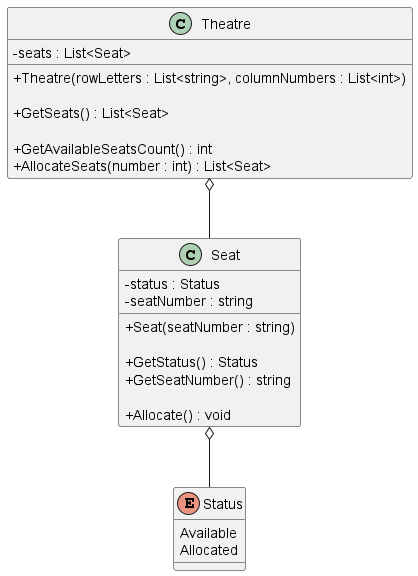
This is diagrams/cinnamon cinemas.png from iamfranco/CinnamonCinemasChallenge, a PlantUML export, as it was before one commit.
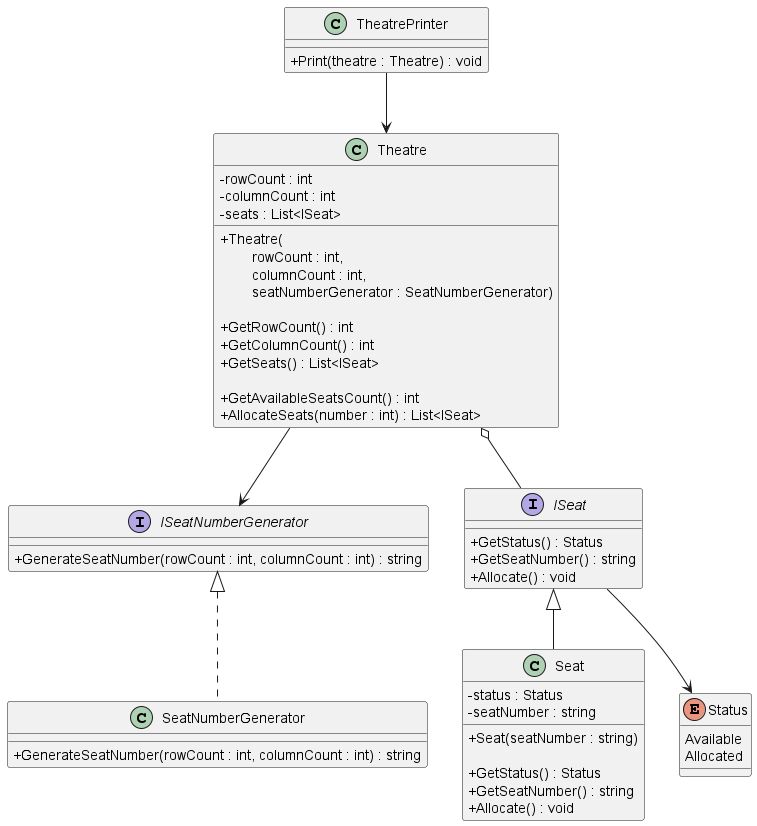
After the change.

Commit message:
UML: add TheatrePrinter, SeatNumberGenerator classes with interfaces

Diff of the diagram source:
```diff
@@ -1,15 +1,37 @@
 @startuml "cinnamon cinemas"
 skinparam ClassAttributeIconSize 0
 
+class TheatrePrinter {
+    + Print(theatre : Theatre) : void
+}
+
+interface ISeatNumberGenerator {
+    + GenerateSeatNumber(rowCount : int, columnCount : int) : string
+}
+
+class SeatNumberGenerator {
+    + GenerateSeatNumber(rowCount : int, columnCount : int) : string
+}
+
 class Theatre {
-    - seats : List<Seat>
+    - rowCount : int
+    - columnCount : int
+    - seats : List<ISeat>
 
-    + Theatre(rowLetters : List<string>, columnNumbers : List<int>)
+    + Theatre(\n        rowCount : int, \n        columnCount : int, \n        seatNumberGenerator : SeatNumberGenerator)
 
-    + GetSeats() : List<Seat>
+    + GetRowCount() : int
+    + GetColumnCount() : int
+    + GetSeats() : List<ISeat>
 
     + GetAvailableSeatsCount() : int
-    + AllocateSeats(number : int) : List<Seat>
+    + AllocateSeats(number : int) : List<ISeat>
+}
+
+interface ISeat {
+    + GetStatus() : Status
+    + GetSeatNumber() : string
+    + Allocate() : void
 }
 
 class Seat {
@@ -20,7 +42,6 @@
 
     + GetStatus() : Status
     + GetSeatNumber() : string
-
     + Allocate() : void
 }
 
@@ -29,7 +50,14 @@
     Allocated
 }
 
-Theatre o-- Seat
-Seat o-- Status
+TheatrePrinter --> Theatre
+Theatre o-- ISeat
+Theatre --> ISeatNumberGenerator
+
+ISeatNumberGenerator <|.. SeatNumberGenerator
+
+ISeat --> Status
+
+ISeat <|-- Seat
 
 @enduml
```
